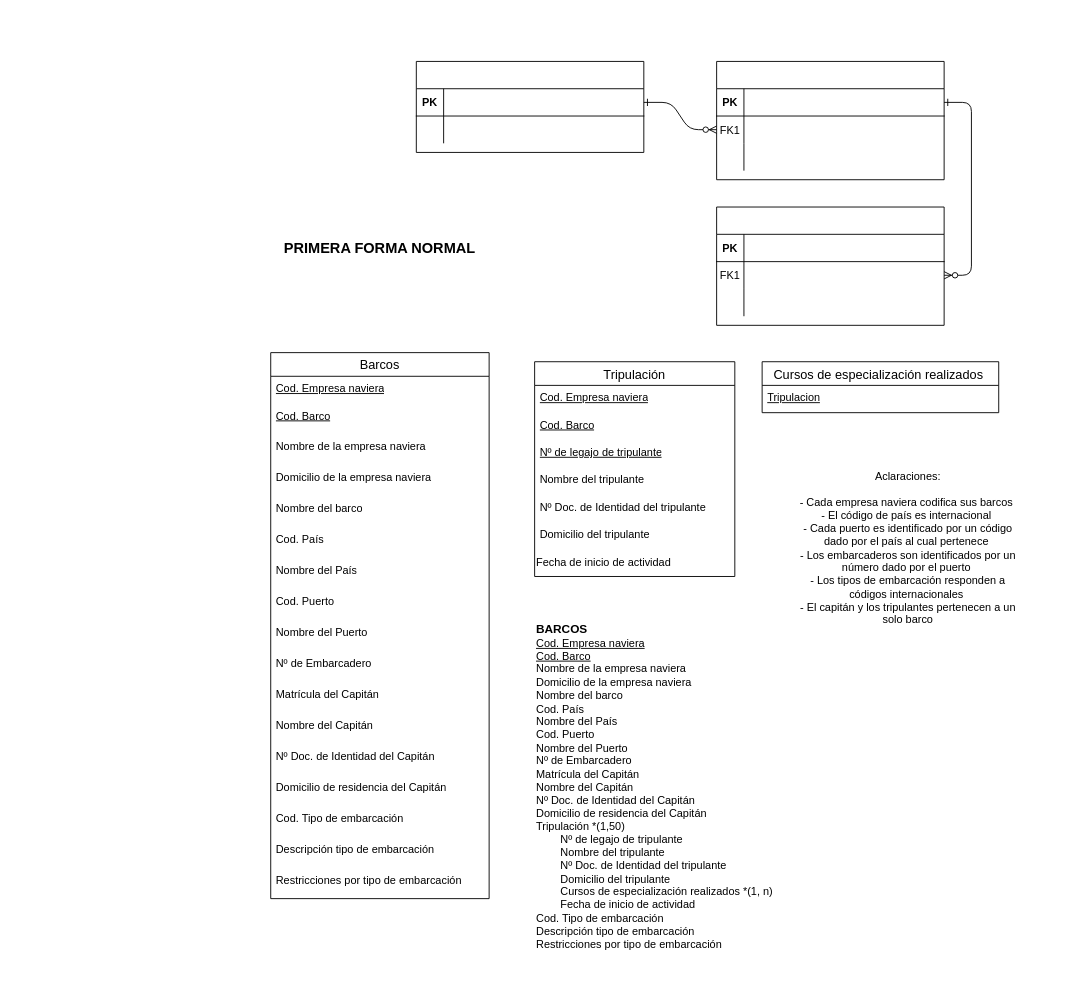
Above: Diagrama-de-Entidad-de-Relaciones.drawio in Jose-AA/TP-Barcos-Dise-o-y-Administracion-de-bd-Grupo-11 (draw.io), before the change. Source tidied: cells renumbered, new cells numbered last; positions are measured from the earlier drawing's top-left corner, leaving out a move shared by most shapes. Both pictures are drawn from the tidied source at 91%, with x=0, y=0 at pixel (270, 61).
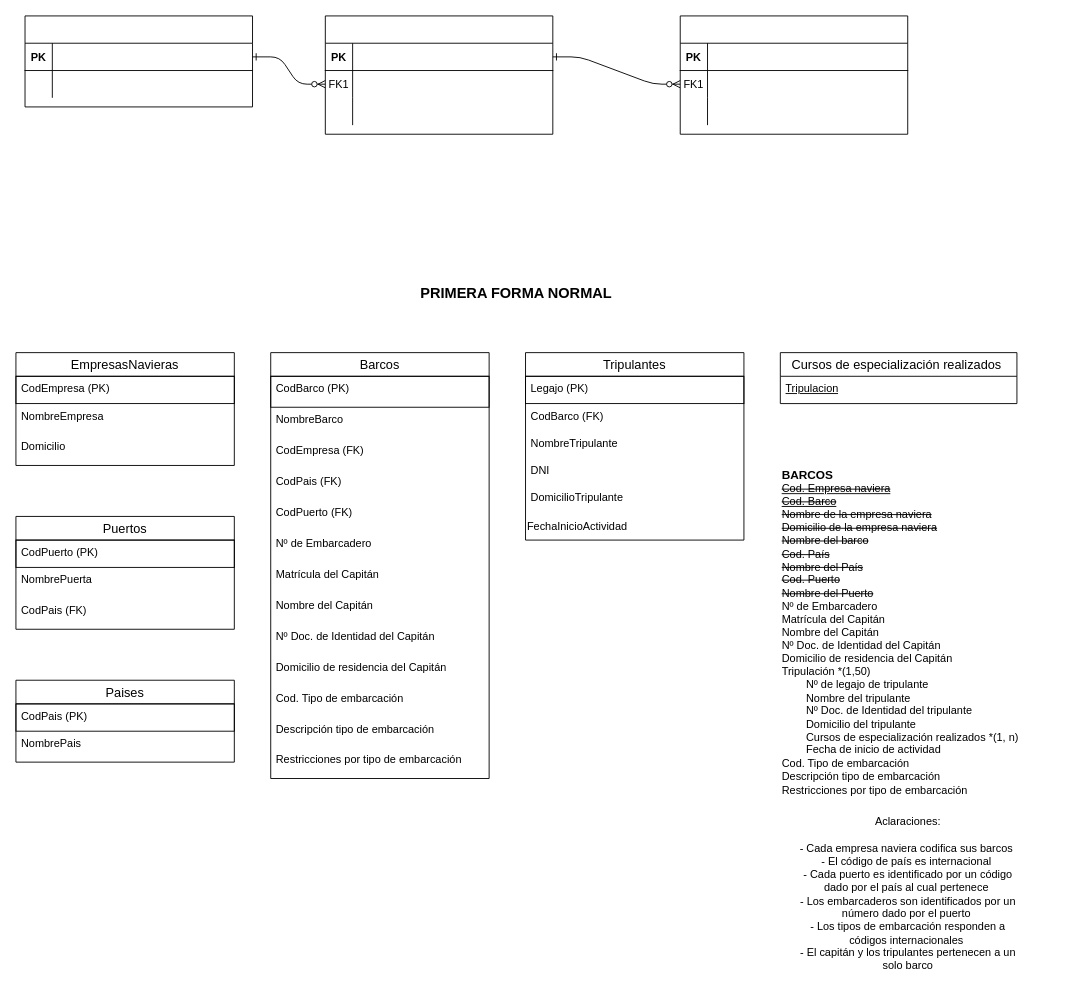
The same diagram, later.

Commit message:
+ Empresas Navieras + Puertos + Paises

The edit, as a diff of the source:
```diff
@@
     <mxCell id="4" style="shape=table;startSize=30;childLayout=tableLayout;rowLines=0;fontStyle=1;align=center;" parent="1" vertex="1">
-      <mxGeometry x="490" width="250" height="130" as="geometry" />
+      <mxGeometry x="60" y="-50" width="250" height="130" as="geometry" />
     </mxCell>
@@
     <mxCell id="14" style="shape=table;startSize=30;childLayout=tableLayout;rowLines=0;fontStyle=1;align=center;" parent="1" vertex="1">
-      <mxGeometry x="490" y="160" width="250" height="130" as="geometry" />
+      <mxGeometry x="450" y="-50" width="250" height="130" as="geometry" />
     </mxCell>
@@
     <mxCell id="24" style="shape=table;startSize=30;childLayout=tableLayout;rowLines=0;fontStyle=1;align=center;" parent="1" vertex="1">
-      <mxGeometry x="160" width="250" height="100" as="geometry" />
+      <mxGeometry x="-270" y="-50" width="250" height="100" as="geometry" />
     </mxCell>
@@
-    <mxCell id="31" value="&lt;b&gt;&lt;font style=&quot;font-size: 13px;&quot;&gt;BARCOS&lt;/font&gt;&lt;/b&gt;&lt;br&gt;&lt;u&gt;Cod. Empresa naviera&lt;br&gt;Cod. Barco&lt;br&gt;&lt;/u&gt;Nombre de la empresa naviera&lt;br&gt;Domicilio de la empresa naviera&lt;br&gt;Nombre del barco&lt;br&gt;Cod. País&lt;br&gt;Nombre del País&lt;br&gt;Cod. Puerto&lt;br&gt;Nombre del Puerto&lt;br&gt;Nº de Embarcadero&lt;br&gt;Matrícula del Capitán&lt;br&gt;Nombre del Capitán&lt;br&gt;Nº Doc. de Identidad del Capitán&lt;br&gt;Domicilio de residencia del Capitán&lt;br&gt;Tripulación *(1,50)&lt;br&gt;&lt;span style=&quot;white-space: pre;&quot;&gt;&#9;&lt;/span&gt;Nº de legajo de tripulante&lt;br&gt;&lt;span style=&quot;white-space: pre;&quot;&gt;&#9;&lt;/span&gt;Nombre del tripulante&lt;br&gt;&lt;span style=&quot;white-space: pre;&quot;&gt;&#9;&lt;/span&gt;Nº Doc. de Identidad del tripulante&lt;br&gt;&lt;span style=&quot;white-space: pre;&quot;&gt;&#9;&lt;/span&gt;Domicilio del tripulante&lt;br&gt;&lt;span style=&quot;white-space: pre;&quot;&gt;&#9;&lt;/span&gt;Cursos de especialización realizados *(1, n)&lt;br&gt;&lt;span style=&quot;white-space: pre;&quot;&gt;&#9;&lt;/span&gt;Fecha de inicio de actividad&lt;br&gt;Cod. Tipo de embarcación&lt;br&gt;Descripción tipo de embarcación&lt;br&gt;Restricciones por tipo de embarcación" style="text;whiteSpace=wrap;html=1;" parent="1" vertex="1">
-      <mxGeometry x="290" y="610" width="300" height="380" as="geometry" />
+    <mxCell id="31" value="&lt;b&gt;&lt;font style=&quot;font-size: 13px;&quot;&gt;BARCOS&lt;/font&gt;&lt;/b&gt;&lt;br&gt;&lt;u&gt;&lt;strike&gt;Cod. Empresa naviera&lt;br&gt;Cod. Barco&lt;br&gt;&lt;/strike&gt;&lt;/u&gt;&lt;strike&gt;Nombre de la empresa naviera&lt;br&gt;Domicilio de la empresa naviera&lt;br&gt;Nombre del barco&lt;br&gt;Cod. País&lt;br&gt;Nombre del País&lt;br&gt;Cod. Puerto&lt;br&gt;Nombre del Puerto&lt;br&gt;&lt;/strike&gt;Nº de Embarcadero&lt;br&gt;Matrícula del Capitán&lt;br&gt;Nombre del Capitán&lt;br&gt;Nº Doc. de Identidad del Capitán&lt;br&gt;Domicilio de residencia del Capitán&lt;br&gt;Tripulación *(1,50)&lt;br&gt;&lt;span style=&quot;white-space: pre;&quot;&gt;&#9;&lt;/span&gt;Nº de legajo de tripulante&lt;br&gt;&lt;span style=&quot;white-space: pre;&quot;&gt;&#9;&lt;/span&gt;Nombre del tripulante&lt;br&gt;&lt;span style=&quot;white-space: pre;&quot;&gt;&#9;&lt;/span&gt;Nº Doc. de Identidad del tripulante&lt;br&gt;&lt;span style=&quot;white-space: pre;&quot;&gt;&#9;&lt;/span&gt;Domicilio del tripulante&lt;br&gt;&lt;span style=&quot;white-space: pre;&quot;&gt;&#9;&lt;/span&gt;Cursos de especialización realizados *(1, n)&lt;br&gt;&lt;span style=&quot;white-space: pre;&quot;&gt;&#9;&lt;/span&gt;Fecha de inicio de actividad&lt;br&gt;Cod. Tipo de embarcación&lt;br&gt;Descripción tipo de embarcación&lt;br&gt;Restricciones por tipo de embarcación" style="text;whiteSpace=wrap;html=1;" parent="1" vertex="1">
+      <mxGeometry x="560" y="440" width="300" height="380" as="geometry" />
     </mxCell>
     <mxCell id="32" value="Aclaraciones:&lt;div&gt;&lt;br&gt;&lt;/div&gt;&lt;div&gt;- Cada empresa naviera codifica sus barcos&amp;nbsp;&lt;/div&gt;&lt;div&gt;- El código de país es internacional&amp;nbsp;&lt;/div&gt;&lt;div&gt;- Cada puerto es identificado por un código&lt;br/&gt;dado por el país al cual pertenece&amp;nbsp;&lt;/div&gt;&lt;div&gt;- Los embarcaderos son identificados por un&lt;br/&gt;número dado por el puerto&amp;nbsp;&lt;/div&gt;&lt;div&gt;- Los tipos de embarcación responden a&lt;br/&gt;códigos internacionales&amp;nbsp;&lt;/div&gt;&lt;div&gt;- El capitán y los tripulantes pertenecen a un&lt;br/&gt;solo barco&lt;br&gt;&lt;/div&gt;" style="text;html=1;align=center;verticalAlign=middle;strokeColor=none;fillColor=none;" parent="1" vertex="1">
-      <mxGeometry x="570" y="440" width="260" height="190" as="geometry" />
+      <mxGeometry x="570" y="820" width="260" height="190" as="geometry" />
     </mxCell>
     <mxCell id="33" value="Barcos" style="swimlane;fontStyle=0;horizontal=1;startSize=26;align=center;fontSize=14;swimlaneLine=1;" parent="1" vertex="1">
-      <mxGeometry y="320" width="240" height="600" as="geometry" />
+      <mxGeometry y="320" width="240" height="468" as="geometry" />
     </mxCell>
-    <mxCell id="34" value="&lt;u&gt;Cod. Empresa naviera&lt;br&gt;&lt;/u&gt;" style="text;strokeColor=none;fillColor=none;spacingLeft=4;spacingRight=4;overflow=hidden;fontSize=12;whiteSpace=wrap;html=1;" parent="33" vertex="1">
-      <mxGeometry y="26" width="240" height="30" as="geometry" />
-    </mxCell>
-    <mxCell id="35" value="&lt;u&gt;Cod. Barco&lt;br&gt;&lt;/u&gt;" style="text;strokeColor=none;fillColor=none;spacingLeft=4;spacingRight=4;overflow=hidden;fontSize=12;whiteSpace=wrap;html=1;" parent="33" vertex="1">
-      <mxGeometry y="56" width="240" height="34" as="geometry" />
+    <mxCell id="35" value="CodBarco (PK)" style="text;strokeColor=default;fillColor=none;spacingLeft=4;spacingRight=4;overflow=hidden;fontSize=12;whiteSpace=wrap;html=1;" parent="33" vertex="1">
+      <mxGeometry y="26" width="240" height="34" as="geometry" />
     </mxCell>
-    <mxCell id="36" value="Nombre de la empresa naviera&lt;u&gt;&lt;br&gt;&lt;/u&gt;" style="text;strokeColor=none;fillColor=none;spacingLeft=4;spacingRight=4;overflow=hidden;fontSize=12;whiteSpace=wrap;html=1;" parent="33" vertex="1">
-      <mxGeometry y="90" width="240" height="34" as="geometry" />
-    </mxCell>
-    <mxCell id="37" value="Domicilio de la empresa naviera&lt;u&gt;&lt;br&gt;&lt;/u&gt;" style="text;strokeColor=none;fillColor=none;spacingLeft=4;spacingRight=4;overflow=hidden;fontSize=12;whiteSpace=wrap;html=1;" parent="33" vertex="1">
-      <mxGeometry y="124" width="240" height="34" as="geometry" />
-    </mxCell>
-    <mxCell id="38" value="Nombre del barco" style="text;strokeColor=none;fillColor=none;spacingLeft=4;spacingRight=4;overflow=hidden;fontSize=12;whiteSpace=wrap;html=1;" parent="33" vertex="1">
-      <mxGeometry y="158" width="240" height="34" as="geometry" />
+    <mxCell id="38" value="NombreBarco" style="text;strokeColor=none;fillColor=none;spacingLeft=4;spacingRight=4;overflow=hidden;fontSize=12;whiteSpace=wrap;html=1;" parent="33" vertex="1">
+      <mxGeometry y="60" width="240" height="34" as="geometry" />
     </mxCell>
+    <mxCell id="62" value="CodEmpresa (FK)" style="text;strokeColor=none;fillColor=none;spacingLeft=4;spacingRight=4;overflow=hidden;fontSize=12;whiteSpace=wrap;html=1;" parent="33" vertex="1">
+      <mxGeometry y="94" width="240" height="34" as="geometry" />
+    </mxCell>
-    <mxCell id="39" value="Cod. País&lt;u&gt;&lt;br&gt;&lt;/u&gt;" style="text;strokeColor=none;fillColor=none;spacingLeft=4;spacingRight=4;overflow=hidden;fontSize=12;whiteSpace=wrap;html=1;" parent="33" vertex="1">
-      <mxGeometry y="192" width="240" height="34" as="geometry" />
+    <mxCell id="39" value="CodPais (FK)&lt;u&gt;&lt;br&gt;&lt;/u&gt;" style="text;strokeColor=none;fillColor=none;spacingLeft=4;spacingRight=4;overflow=hidden;fontSize=12;whiteSpace=wrap;html=1;" parent="33" vertex="1">
+      <mxGeometry y="128" width="240" height="34" as="geometry" />
     </mxCell>
-    <mxCell id="40" value="Nombre del País" style="text;strokeColor=none;fillColor=none;spacingLeft=4;spacingRight=4;overflow=hidden;fontSize=12;whiteSpace=wrap;html=1;" parent="33" vertex="1">
-      <mxGeometry y="226" width="240" height="34" as="geometry" />
-    </mxCell>
-    <mxCell id="41" value="Cod. Puerto" style="text;strokeColor=none;fillColor=none;spacingLeft=4;spacingRight=4;overflow=hidden;fontSize=12;whiteSpace=wrap;html=1;" parent="33" vertex="1">
-      <mxGeometry y="260" width="240" height="34" as="geometry" />
+    <mxCell id="41" value="CodPuerto (FK)" style="text;strokeColor=none;fillColor=none;spacingLeft=4;spacingRight=4;overflow=hidden;fontSize=12;whiteSpace=wrap;html=1;" parent="33" vertex="1">
+      <mxGeometry y="162" width="240" height="34" as="geometry" />
     </mxCell>
-    <mxCell id="42" value="Nombre del Puerto" style="text;strokeColor=none;fillColor=none;spacingLeft=4;spacingRight=4;overflow=hidden;fontSize=12;whiteSpace=wrap;html=1;" parent="33" vertex="1">
-      <mxGeometry y="294" width="240" height="34" as="geometry" />
-    </mxCell>
     <mxCell id="43" value="Nº de Embarcadero" style="text;strokeColor=none;fillColor=none;spacingLeft=4;spacingRight=4;overflow=hidden;fontSize=12;whiteSpace=wrap;html=1;" parent="33" vertex="1">
-      <mxGeometry y="328" width="240" height="34" as="geometry" />
+      <mxGeometry y="196" width="240" height="34" as="geometry" />
     </mxCell>
     <mxCell id="44" value="&lt;div&gt;&lt;span style=&quot;font-size: 12px;&quot;&gt;Matrícula del Capitán&lt;/span&gt;&lt;/div&gt;&lt;div&gt;&lt;br&gt;&lt;/div&gt;" style="text;strokeColor=none;fillColor=none;spacingLeft=4;spacingRight=4;overflow=hidden;fontSize=12;whiteSpace=wrap;html=1;" parent="33" vertex="1">
-      <mxGeometry y="362" width="240" height="34" as="geometry" />
+      <mxGeometry y="230" width="240" height="34" as="geometry" />
     </mxCell>
     <mxCell id="45" value="Nombre del Capitán" style="text;strokeColor=none;fillColor=none;spacingLeft=4;spacingRight=4;overflow=hidden;fontSize=12;whiteSpace=wrap;html=1;" parent="33" vertex="1">
-      <mxGeometry y="396" width="240" height="34" as="geometry" />
+      <mxGeometry y="264" width="240" height="34" as="geometry" />
     </mxCell>
     <mxCell id="46" value="Nº Doc. de Identidad del Capitán" style="text;strokeColor=none;fillColor=none;spacingLeft=4;spacingRight=4;overflow=hidden;fontSize=12;whiteSpace=wrap;html=1;" parent="33" vertex="1">
-      <mxGeometry y="430" width="240" height="34" as="geometry" />
+      <mxGeometry y="298" width="240" height="34" as="geometry" />
     </mxCell>
     <mxCell id="47" value="Domicilio de residencia del Capitán" style="text;strokeColor=none;fillColor=none;spacingLeft=4;spacingRight=4;overflow=hidden;fontSize=12;whiteSpace=wrap;html=1;" parent="33" vertex="1">
-      <mxGeometry y="464" width="240" height="34" as="geometry" />
+      <mxGeometry y="332" width="240" height="34" as="geometry" />
     </mxCell>
     <mxCell id="48" value="Cod. Tipo de embarcación" style="text;strokeColor=none;fillColor=none;spacingLeft=4;spacingRight=4;overflow=hidden;fontSize=12;whiteSpace=wrap;html=1;" parent="33" vertex="1">
-      <mxGeometry y="498" width="240" height="34" as="geometry" />
+      <mxGeometry y="366" width="240" height="34" as="geometry" />
     </mxCell>
     <mxCell id="49" value="Descripción tipo de embarcación" style="text;strokeColor=none;fillColor=none;spacingLeft=4;spacingRight=4;overflow=hidden;fontSize=12;whiteSpace=wrap;html=1;" parent="33" vertex="1">
-      <mxGeometry y="532" width="240" height="34" as="geometry" />
+      <mxGeometry y="400" width="240" height="34" as="geometry" />
     </mxCell>
     <mxCell id="50" value="Restricciones por tipo de embarcación" style="text;strokeColor=none;fillColor=none;spacingLeft=4;spacingRight=4;overflow=hidden;fontSize=12;whiteSpace=wrap;html=1;" parent="33" vertex="1">
-      <mxGeometry y="566" width="240" height="34" as="geometry" />
+      <mxGeometry y="434" width="240" height="34" as="geometry" />
     </mxCell>
     <mxCell id="51" value="PRIMERA FORMA NORMAL" style="text;html=1;align=center;verticalAlign=middle;whiteSpace=wrap;rounded=0;fontStyle=1;fontSize=16;" parent="1" vertex="1">
-      <mxGeometry y="190" width="240" height="30" as="geometry" />
+      <mxGeometry x="150" y="240" width="240" height="30" as="geometry" />
     </mxCell>
-    <mxCell id="52" value="Tripulación" style="swimlane;fontStyle=0;horizontal=1;startSize=26;align=center;fontSize=14;" parent="1" vertex="1">
-      <mxGeometry x="290" y="330" width="220" height="236" as="geometry" />
+    <mxCell id="52" value="Tripulantes" style="swimlane;fontStyle=0;horizontal=1;startSize=26;align=center;fontSize=14;" parent="1" vertex="1">
+      <mxGeometry x="280" y="320" width="240" height="206" as="geometry" />
     </mxCell>
-    <mxCell id="53" value="&lt;u&gt;Cod. Empresa naviera&lt;br&gt;&lt;/u&gt;" style="text;strokeColor=none;fillColor=none;spacingLeft=4;spacingRight=4;overflow=hidden;fontSize=12;whiteSpace=wrap;html=1;" parent="52" vertex="1">
-      <mxGeometry y="26" width="220" height="30" as="geometry" />
-    </mxCell>
+    <mxCell id="55" value="Legajo (PK)" style="text;strokeColor=default;fillColor=none;spacingLeft=4;spacingRight=4;overflow=hidden;fontSize=12;whiteSpace=wrap;html=1;align=left;" parent="52" vertex="1">
+      <mxGeometry y="26" width="240" height="30" as="geometry" />
+    </mxCell>
-    <mxCell id="54" value="&lt;u&gt;Cod. Barco&lt;br&gt;&lt;/u&gt;" style="text;strokeColor=none;fillColor=none;spacingLeft=4;spacingRight=4;overflow=hidden;fontSize=12;whiteSpace=wrap;html=1;" parent="52" vertex="1">
-      <mxGeometry y="56" width="220" height="30" as="geometry" />
+    <mxCell id="54" value="CodBarco (FK)" style="text;strokeColor=none;fillColor=none;spacingLeft=4;spacingRight=4;overflow=hidden;fontSize=12;whiteSpace=wrap;html=1;" parent="52" vertex="1">
+      <mxGeometry y="56" width="240" height="30" as="geometry" />
     </mxCell>
-    <mxCell id="55" value="&lt;u&gt;Nº de legajo de tripulante&lt;/u&gt;" style="text;strokeColor=none;fillColor=none;spacingLeft=4;spacingRight=4;overflow=hidden;fontSize=12;whiteSpace=wrap;html=1;align=left;" parent="52" vertex="1">
-      <mxGeometry y="86" width="220" height="30" as="geometry" />
-    </mxCell>
-    <mxCell id="56" value="Nombre del tripulante" style="text;strokeColor=none;fillColor=none;spacingLeft=4;spacingRight=4;overflow=hidden;fontSize=12;whiteSpace=wrap;html=1;" parent="52" vertex="1">
-      <mxGeometry y="116" width="220" height="30" as="geometry" />
+    <mxCell id="56" value="NombreTripulante" style="text;strokeColor=none;fillColor=none;spacingLeft=4;spacingRight=4;overflow=hidden;fontSize=12;whiteSpace=wrap;html=1;" parent="52" vertex="1">
+      <mxGeometry y="86" width="240" height="30" as="geometry" />
     </mxCell>
-    <mxCell id="57" value="Nº Doc. de Identidad del tripulante" style="text;strokeColor=none;fillColor=none;spacingLeft=4;spacingRight=4;overflow=hidden;fontSize=12;whiteSpace=wrap;html=1;" parent="52" vertex="1">
-      <mxGeometry y="146" width="220" height="30" as="geometry" />
+    <mxCell id="57" value="DNI" style="text;strokeColor=none;fillColor=none;spacingLeft=4;spacingRight=4;overflow=hidden;fontSize=12;whiteSpace=wrap;html=1;" parent="52" vertex="1">
+      <mxGeometry y="116" width="240" height="30" as="geometry" />
     </mxCell>
-    <mxCell id="58" value="Domicilio del tripulante" style="text;strokeColor=none;fillColor=none;spacingLeft=4;spacingRight=4;overflow=hidden;fontSize=12;whiteSpace=wrap;html=1;" parent="52" vertex="1">
-      <mxGeometry y="176" width="220" height="30" as="geometry" />
+    <mxCell id="58" value="DomicilioTripulante" style="text;strokeColor=none;fillColor=none;spacingLeft=4;spacingRight=4;overflow=hidden;fontSize=12;whiteSpace=wrap;html=1;" parent="52" vertex="1">
+      <mxGeometry y="146" width="240" height="30" as="geometry" />
     </mxCell>
-    <mxCell id="59" value="Fecha de inicio de actividad" style="text;html=1;align=left;verticalAlign=middle;whiteSpace=wrap;rounded=0;" parent="52" vertex="1">
-      <mxGeometry y="206" width="220" height="30" as="geometry" />
+    <mxCell id="59" value="FechaInicioActividad" style="text;html=1;align=left;verticalAlign=middle;whiteSpace=wrap;rounded=0;" parent="52" vertex="1">
+      <mxGeometry y="176" width="240" height="30" as="geometry" />
     </mxCell>
     <mxCell id="60" value="&#9;Cursos de especialización realizados " style="swimlane;fontStyle=0;horizontal=1;startSize=26;align=center;fontSize=14;" parent="1" vertex="1">
-      <mxGeometry x="540" y="330" width="260" height="56" as="geometry" />
+      <mxGeometry x="560" y="320" width="260" height="56" as="geometry" />
     </mxCell>
@@
+    <mxCell id="63" value="EmpresasNavieras" style="swimlane;fontStyle=0;horizontal=1;startSize=26;align=center;fontSize=14;swimlaneLine=1;" parent="1" vertex="1">
+      <mxGeometry x="-280" y="320" width="240" height="124" as="geometry" />
+    </mxCell>
+    <mxCell id="64" value="CodEmpresa (PK)" style="text;strokeColor=default;fillColor=none;spacingLeft=4;spacingRight=4;overflow=hidden;fontSize=12;whiteSpace=wrap;html=1;" parent="63" vertex="1">
+      <mxGeometry y="26" width="240" height="30" as="geometry" />
+    </mxCell>
+    <mxCell id="65" value="NombreEmpresa&lt;u&gt;&lt;br&gt;&lt;/u&gt;" style="text;strokeColor=none;fillColor=none;spacingLeft=4;spacingRight=4;overflow=hidden;fontSize=12;whiteSpace=wrap;html=1;" parent="63" vertex="1">
+      <mxGeometry y="56" width="240" height="34" as="geometry" />
+    </mxCell>
+    <mxCell id="66" value="Domicilio&lt;u&gt;&lt;br&gt;&lt;/u&gt;" style="text;strokeColor=none;fillColor=none;spacingLeft=4;spacingRight=4;overflow=hidden;fontSize=12;whiteSpace=wrap;html=1;" parent="63" vertex="1">
+      <mxGeometry y="90" width="240" height="34" as="geometry" />
+    </mxCell>
+    <mxCell id="67" value="Puertos" style="swimlane;fontStyle=0;horizontal=1;startSize=26;align=center;fontSize=14;swimlaneLine=1;" parent="1" vertex="1">
+      <mxGeometry x="-280" y="500" width="240" height="124" as="geometry" />
+    </mxCell>
+    <mxCell id="68" value="CodPuerto (PK)" style="text;strokeColor=default;fillColor=none;spacingLeft=4;spacingRight=4;overflow=hidden;fontSize=12;whiteSpace=wrap;html=1;" parent="67" vertex="1">
+      <mxGeometry y="26" width="240" height="30" as="geometry" />
+    </mxCell>
+    <mxCell id="69" value="NombrePuerta&lt;u&gt;&lt;br&gt;&lt;/u&gt;" style="text;strokeColor=none;fillColor=none;spacingLeft=4;spacingRight=4;overflow=hidden;fontSize=12;whiteSpace=wrap;html=1;" parent="67" vertex="1">
+      <mxGeometry y="56" width="240" height="34" as="geometry" />
+    </mxCell>
+    <mxCell id="70" value="CodPais (FK)&lt;u&gt;&lt;br&gt;&lt;/u&gt;" style="text;strokeColor=none;fillColor=none;spacingLeft=4;spacingRight=4;overflow=hidden;fontSize=12;whiteSpace=wrap;html=1;" parent="67" vertex="1">
+      <mxGeometry y="90" width="240" height="34" as="geometry" />
+    </mxCell>
+    <mxCell id="71" value="Paises" style="swimlane;fontStyle=0;horizontal=1;startSize=26;align=center;fontSize=14;swimlaneLine=1;" parent="1" vertex="1">
+      <mxGeometry x="-280" y="680" width="240" height="90" as="geometry" />
+    </mxCell>
+    <mxCell id="72" value="CodPais (PK)" style="text;strokeColor=default;fillColor=none;spacingLeft=4;spacingRight=4;overflow=hidden;fontSize=12;whiteSpace=wrap;html=1;" parent="71" vertex="1">
+      <mxGeometry y="26" width="240" height="30" as="geometry" />
+    </mxCell>
+    <mxCell id="73" value="NombrePais&lt;u&gt;&lt;br&gt;&lt;/u&gt;" style="text;strokeColor=none;fillColor=none;spacingLeft=4;spacingRight=4;overflow=hidden;fontSize=12;whiteSpace=wrap;html=1;" parent="71" vertex="1">
+      <mxGeometry y="56" width="240" height="34" as="geometry" />
+    </mxCell>
```
